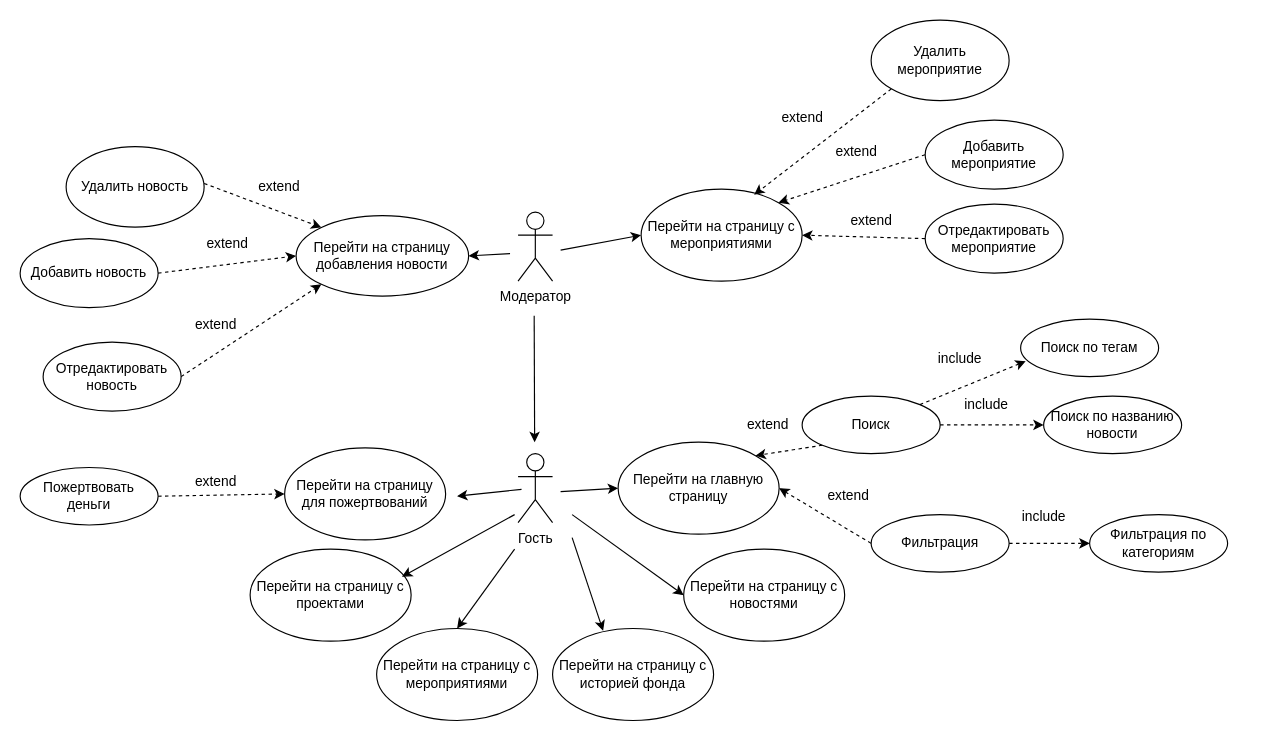
Discordiks/Pink_girls keeps this draw.io diagram as page "Use-case 3" (14 of 17) of img/Диаграмма без названия.drawio. Above is the earlier version. Source tidied: cells renumbered, new cells numbered last; positions are measured from the earlier drawing's top-left corner, leaving out a move shared by most shapes. Both pictures are drawn from the tidied source at 115%, with x=0, y=0 at pixel (20, 20).
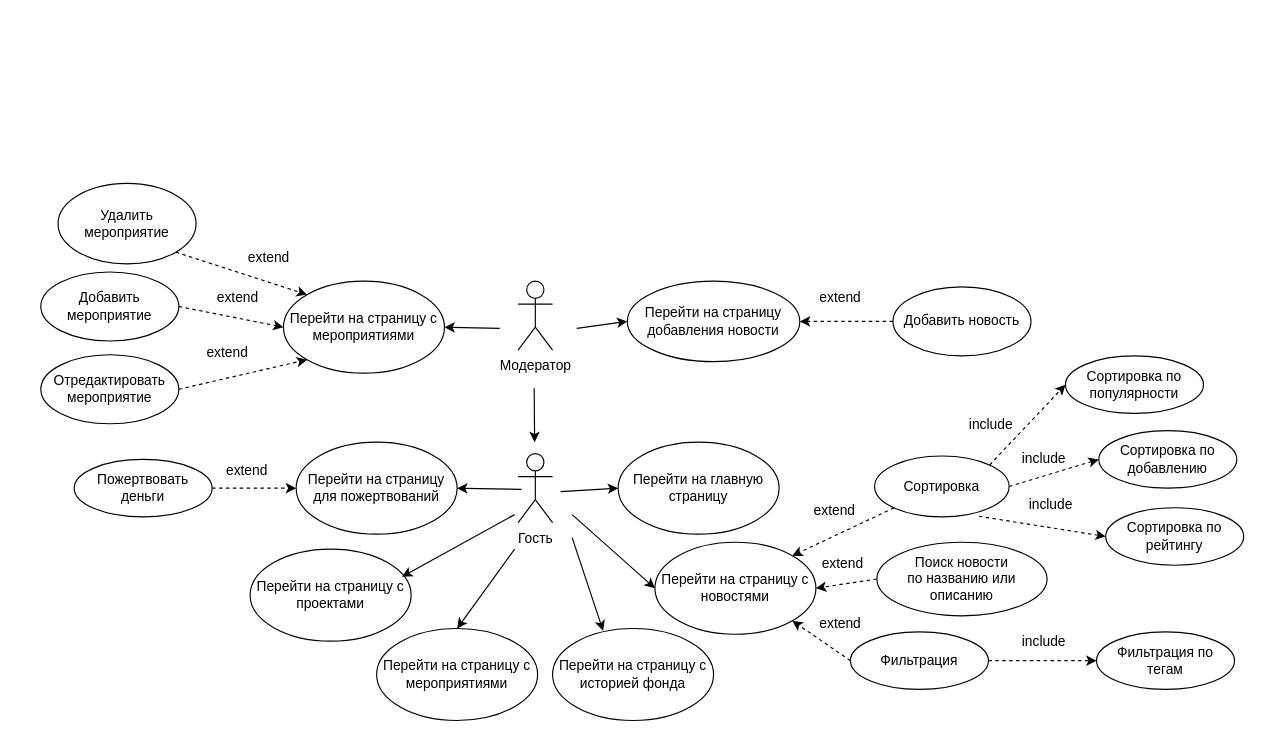
The same page after the edit.

Unchanged cells that the change refers to:
```xml
<mxCell id="3" value="Перейти на главную страницу" style="ellipse;whiteSpace=wrap;html=1;" parent="1" vertex="1">
  <mxGeometry x="520" y="367" width="140" height="80" as="geometry" />
</mxCell>
```

What changed in the source:
```diff
@@
     <mxCell id="2" value="Модератор" style="shape=umlActor;verticalLabelPosition=bottom;verticalAlign=top;html=1;" parent="1" vertex="1">
-      <mxGeometry x="433" y="167" width="30" height="60" as="geometry" />
+      <mxGeometry x="433" y="227" width="30" height="60" as="geometry" />
     </mxCell>
@@
     <mxCell id="5" value="Фильтрация" style="ellipse;whiteSpace=wrap;html=1;" parent="1" vertex="1">
-      <mxGeometry x="740" y="430" width="120" height="50" as="geometry" />
+      <mxGeometry x="722" y="532" width="120" height="50" as="geometry" />
     </mxCell>
-    <mxCell id="6" value="Фильтрация по категориям" style="ellipse;whiteSpace=wrap;html=1;" parent="1" vertex="1">
-      <mxGeometry x="930" y="430" width="120" height="50" as="geometry" />
+    <mxCell id="6" value="&lt;div&gt;Фильтрация по&lt;/div&gt;&lt;div&gt;тегам&lt;/div&gt;" style="ellipse;whiteSpace=wrap;html=1;" parent="1" vertex="1">
+      <mxGeometry x="936" y="532" width="120" height="50" as="geometry" />
     </mxCell>
-    <mxCell id="7" style="endArrow=classic;html=1;rounded=0;entryX=1;entryY=0.5;entryDx=0;entryDy=0;" parent="1" edge="1">
+    <mxCell id="7" style="endArrow=classic;html=1;rounded=0;entryX=1;entryY=0.5;entryDx=0;entryDy=0;" parent="1" edge="1" target="32">
       <mxGeometry relative="1" as="geometry">
         <mxPoint x="436" y="408" as="sourcePoint" />
-        <mxPoint x="380" y="414" as="targetPoint" />
       </mxGeometry>
     </mxCell>
     <mxCell id="8" style="endArrow=classic;html=1;rounded=0;" parent="1" edge="1">
       <mxGeometry relative="1" as="geometry">
-        <mxPoint x="447" y="257" as="sourcePoint" />
+        <mxPoint x="447" y="320" as="sourcePoint" />
         <mxPoint x="447.4" y="367" as="targetPoint" />
       </mxGeometry>
     </mxCell>
@@
-    <mxCell id="10" style="endArrow=classic;html=1;rounded=0;entryX=1;entryY=0.5;entryDx=0;entryDy=0;exitX=0;exitY=0.5;exitDx=0;exitDy=0;dashed=1;" parent="1" edge="1" source="5" target="3">
+    <mxCell id="10" style="endArrow=classic;html=1;rounded=0;entryX=1;entryY=1;entryDx=0;entryDy=0;exitX=0;exitY=0.5;exitDx=0;exitDy=0;dashed=1;" parent="1" edge="1" source="5" target="28">
       <mxGeometry relative="1" as="geometry" />
     </mxCell>
@@
     <mxCell id="12" value="Перейти на страницу добавления новости" style="ellipse;whiteSpace=wrap;html=1;" parent="1" vertex="1">
-      <mxGeometry x="240" y="170" width="150" height="70" as="geometry" />
+      <mxGeometry x="528" y="227" width="150" height="70" as="geometry" />
     </mxCell>
-    <mxCell id="13" style="endArrow=classic;html=1;rounded=0;entryX=1;entryY=0.5;entryDx=0;entryDy=0;" parent="1" edge="1" target="12">
+    <mxCell id="13" style="endArrow=classic;html=1;rounded=0;entryX=0;entryY=0.5;entryDx=0;entryDy=0;" parent="1" edge="1" target="12">
       <mxGeometry relative="1" as="geometry">
-        <mxPoint x="426" y="203" as="sourcePoint" />
+        <mxPoint x="484" y="268" as="sourcePoint" />
       </mxGeometry>
     </mxCell>
-    <mxCell id="14" value="Удалить новость" style="ellipse;whiteSpace=wrap;html=1;" parent="1" vertex="1">
-      <mxGeometry x="40" y="110" width="120" height="70" as="geometry" />
-    </mxCell>
     <mxCell id="15" value="Добавить новость" style="ellipse;whiteSpace=wrap;html=1;" parent="1" vertex="1">
-      <mxGeometry y="190" width="120" height="60" as="geometry" />
+      <mxGeometry x="759" y="232" width="120" height="60" as="geometry" />
     </mxCell>
-    <mxCell id="16" style="endArrow=classic;html=1;rounded=0;entryX=0;entryY=0;entryDx=0;entryDy=0;dashed=1;exitX=1;exitY=0;exitDx=0;exitDy=0;" parent="1" edge="1" target="12">
-      <mxGeometry relative="1" as="geometry">
-        <mxPoint x="160" y="142" as="sourcePoint" />
-      </mxGeometry>
-    </mxCell>
-    <mxCell id="17" style="endArrow=classic;html=1;rounded=0;entryX=0;entryY=0.5;entryDx=0;entryDy=0;dashed=1;exitX=1;exitY=0.5;exitDx=0;exitDy=0;" parent="1" edge="1" source="15" target="12">
+    <mxCell id="17" style="endArrow=classic;html=1;rounded=0;entryX=1;entryY=0.5;entryDx=0;entryDy=0;dashed=1;exitX=0;exitY=0.5;exitDx=0;exitDy=0;" parent="1" edge="1" source="15" target="12">
       <mxGeometry relative="1" as="geometry" />
     </mxCell>
-    <mxCell id="18" value="extend" style="text;html=1;align=center;verticalAlign=middle;strokeColor=none;fillColor=none;" parent="1" vertex="1">
-      <mxGeometry x="195" y="130" width="60" height="30" as="geometry" />
-    </mxCell>
     <mxCell id="19" value="extend" style="text;html=1;align=center;verticalAlign=middle;strokeColor=none;fillColor=none;" parent="1" vertex="1">
-      <mxGeometry x="150" y="180" width="60" height="30" as="geometry" />
+      <mxGeometry x="683" y="227" width="60" height="30" as="geometry" />
     </mxCell>
     <mxCell id="20" value="extend" style="text;html=1;align=center;verticalAlign=middle;strokeColor=none;fillColor=none;" parent="1" vertex="1">
-      <mxGeometry x="690" y="399" width="60" height="30" as="geometry" />
+      <mxGeometry x="678" y="412" width="60" height="30" as="geometry" />
     </mxCell>
     <mxCell id="21" value="include" style="text;html=1;align=center;verticalAlign=middle;strokeColor=none;fillColor=none;" parent="1" vertex="1">
-      <mxGeometry x="860" y="417" width="60" height="30" as="geometry" />
+      <mxGeometry x="860" y="526" width="60" height="30" as="geometry" />
     </mxCell>
-    <mxCell id="22" value="&lt;div&gt;Поиск&lt;br&gt;&lt;/div&gt;" style="ellipse;whiteSpace=wrap;html=1;" parent="1" vertex="1">
-      <mxGeometry x="680" y="327" width="120" height="50" as="geometry" />
+    <mxCell id="22" value="&lt;div&gt;Поиск новости&lt;/div&gt;&lt;div&gt;по названию или описанию&lt;/div&gt;" style="ellipse;whiteSpace=wrap;html=1;" parent="1" vertex="1">
+      <mxGeometry x="745" y="454" width="148" height="64" as="geometry" />
     </mxCell>
     <mxCell id="23" value="extend" style="text;html=1;align=center;verticalAlign=middle;strokeColor=none;fillColor=none;" parent="1" vertex="1">
-      <mxGeometry x="620" y="337" width="60" height="30" as="geometry" />
+      <mxGeometry x="683" y="510" width="60" height="30" as="geometry" />
     </mxCell>
-    <mxCell id="24" style="endArrow=classic;html=1;rounded=0;entryX=1;entryY=0;entryDx=0;entryDy=0;exitX=0;exitY=1;exitDx=0;exitDy=0;dashed=1;" parent="1" edge="1" source="22" target="3">
+    <mxCell id="24" style="endArrow=classic;html=1;rounded=0;entryX=1;entryY=0.5;entryDx=0;entryDy=0;exitX=0;exitY=0.5;exitDx=0;exitDy=0;dashed=1;" parent="1" edge="1" source="22" target="28">
       <mxGeometry relative="1" as="geometry" />
     </mxCell>
-    <mxCell id="25" value="Отредактировать новость" style="ellipse;whiteSpace=wrap;html=1;" parent="1" vertex="1">
-      <mxGeometry x="20" y="280" width="120" height="60" as="geometry" />
-    </mxCell>
-    <mxCell id="26" value="extend" style="text;html=1;align=center;verticalAlign=middle;strokeColor=none;fillColor=none;" parent="1" vertex="1">
-      <mxGeometry x="140" y="250" width="60" height="30" as="geometry" />
-    </mxCell>
-    <mxCell id="27" style="endArrow=classic;html=1;rounded=0;entryX=0;entryY=1;entryDx=0;entryDy=0;dashed=1;exitX=1;exitY=0.5;exitDx=0;exitDy=0;" parent="1" edge="1" source="25" target="12">
-      <mxGeometry relative="1" as="geometry" />
-    </mxCell>
     <mxCell id="28" value="Перейти на страницу с новостями" style="ellipse;whiteSpace=wrap;html=1;" parent="1" vertex="1">
-      <mxGeometry x="577" y="460" width="140" height="80" as="geometry" />
+      <mxGeometry x="552" y="454" width="140" height="80" as="geometry" />
     </mxCell>
@@
     <mxCell id="32" value="Перейти на страницу для пожертвований" style="ellipse;whiteSpace=wrap;html=1;" parent="1" vertex="1">
-      <mxGeometry x="230" y="372" width="140" height="80" as="geometry" />
+      <mxGeometry x="240" y="367" width="140" height="80" as="geometry" />
     </mxCell>
@@
     <mxCell id="37" value="Перейти на страницу с мероприятиями" style="ellipse;whiteSpace=wrap;html=1;" parent="1" vertex="1">
-      <mxGeometry x="540" y="147" width="140" height="80" as="geometry" />
+      <mxGeometry x="229" y="227" width="140" height="80" as="geometry" />
     </mxCell>
-    <mxCell id="38" style="endArrow=classic;html=1;rounded=0;entryX=0;entryY=0.5;entryDx=0;entryDy=0;" parent="1" edge="1" target="37">
+    <mxCell id="38" style="endArrow=classic;html=1;rounded=0;entryX=1;entryY=0.5;entryDx=0;entryDy=0;" parent="1" edge="1" target="37">
       <mxGeometry relative="1" as="geometry">
-        <mxPoint x="470" y="200" as="sourcePoint" />
+        <mxPoint x="417" y="268" as="sourcePoint" />
       </mxGeometry>
     </mxCell>
-    <mxCell id="39" value="&lt;div&gt;Поиск по тегам&lt;br&gt;&lt;/div&gt;" style="ellipse;whiteSpace=wrap;html=1;" parent="1" vertex="1">
-      <mxGeometry x="870" y="260" width="120" height="50" as="geometry" />
-    </mxCell>
-    <mxCell id="40" value="&lt;div&gt;Поиск по названию новости&lt;br&gt;&lt;/div&gt;" style="ellipse;whiteSpace=wrap;html=1;" parent="1" vertex="1">
-      <mxGeometry x="890" y="327" width="120" height="50" as="geometry" />
-    </mxCell>
-    <mxCell id="41" value="include" style="text;html=1;align=center;verticalAlign=middle;strokeColor=none;fillColor=none;" parent="1" vertex="1">
-      <mxGeometry x="810" y="320" width="60" height="30" as="geometry" />
-    </mxCell>
-    <mxCell id="42" value="include" style="text;html=1;align=center;verticalAlign=middle;strokeColor=none;fillColor=none;" parent="1" vertex="1">
-      <mxGeometry x="787" y="280" width="60" height="30" as="geometry" />
-    </mxCell>
-    <mxCell id="43" style="endArrow=classic;html=1;rounded=0;exitX=1;exitY=0;exitDx=0;exitDy=0;dashed=1;entryX=0.037;entryY=0.732;entryDx=0;entryDy=0;entryPerimeter=0;" parent="1" edge="1" source="22" target="39">
-      <mxGeometry relative="1" as="geometry" />
-    </mxCell>
-    <mxCell id="44" style="endArrow=classic;html=1;rounded=0;entryX=0;entryY=0.5;entryDx=0;entryDy=0;exitX=1;exitY=0.5;exitDx=0;exitDy=0;dashed=1;" parent="1" edge="1" source="22" target="40">
-      <mxGeometry relative="1" as="geometry" />
-    </mxCell>
     <mxCell id="45" value="Удалить мероприятие" style="ellipse;whiteSpace=wrap;html=1;" parent="1" vertex="1">
-      <mxGeometry x="740" width="120" height="70" as="geometry" />
+      <mxGeometry x="33" y="142" width="120" height="70" as="geometry" />
     </mxCell>
     <mxCell id="46" value="Добавить мероприятие" style="ellipse;whiteSpace=wrap;html=1;" parent="1" vertex="1">
-      <mxGeometry x="787" y="87" width="120" height="60" as="geometry" />
+      <mxGeometry x="18" y="219" width="120" height="60" as="geometry" />
     </mxCell>
     <mxCell id="47" value="Отредактировать мероприятие" style="ellipse;whiteSpace=wrap;html=1;" parent="1" vertex="1">
-      <mxGeometry x="787" y="160" width="120" height="60" as="geometry" />
+      <mxGeometry x="18" y="291" width="120" height="60" as="geometry" />
     </mxCell>
-    <mxCell id="48" style="endArrow=classic;html=1;rounded=0;entryX=0.702;entryY=0.061;entryDx=0;entryDy=0;dashed=1;exitX=0;exitY=1;exitDx=0;exitDy=0;entryPerimeter=0;" parent="1" edge="1" source="45" target="37">
+    <mxCell id="48" style="endArrow=classic;html=1;rounded=0;entryX=0;entryY=0;entryDx=0;entryDy=0;dashed=1;exitX=1;exitY=1;exitDx=0;exitDy=0;" parent="1" edge="1" source="45" target="37">
       <mxGeometry relative="1" as="geometry" />
     </mxCell>
-    <mxCell id="49" style="endArrow=classic;html=1;rounded=0;entryX=1;entryY=0;entryDx=0;entryDy=0;dashed=1;exitX=0;exitY=0.5;exitDx=0;exitDy=0;" parent="1" edge="1" source="46" target="37">
+    <mxCell id="49" style="endArrow=classic;html=1;rounded=0;entryX=0;entryY=0.5;entryDx=0;entryDy=0;dashed=1;exitX=1;exitY=0.5;exitDx=0;exitDy=0;" parent="1" edge="1" source="46" target="37">
       <mxGeometry relative="1" as="geometry" />
     </mxCell>
-    <mxCell id="50" style="endArrow=classic;html=1;rounded=0;entryX=1;entryY=0.5;entryDx=0;entryDy=0;dashed=1;exitX=0;exitY=0.5;exitDx=0;exitDy=0;" parent="1" edge="1" source="47" target="37">
+    <mxCell id="50" style="endArrow=classic;html=1;rounded=0;entryX=0;entryY=1;entryDx=0;entryDy=0;dashed=1;exitX=1;exitY=0.5;exitDx=0;exitDy=0;" parent="1" edge="1" source="47" target="37">
       <mxGeometry relative="1" as="geometry" />
     </mxCell>
     <mxCell id="51" value="extend" style="text;html=1;align=center;verticalAlign=middle;strokeColor=none;fillColor=none;" parent="1" vertex="1">
-      <mxGeometry x="650" y="70" width="60" height="30" as="geometry" />
+      <mxGeometry x="186" y="192" width="60" height="30" as="geometry" />
     </mxCell>
     <mxCell id="52" value="extend" style="text;html=1;align=center;verticalAlign=middle;strokeColor=none;fillColor=none;" parent="1" vertex="1">
-      <mxGeometry x="697" y="100" width="60" height="30" as="geometry" />
+      <mxGeometry x="159" y="227" width="60" height="30" as="geometry" />
     </mxCell>
     <mxCell id="53" value="extend" style="text;html=1;align=center;verticalAlign=middle;strokeColor=none;fillColor=none;" parent="1" vertex="1">
-      <mxGeometry x="710" y="160" width="60" height="30" as="geometry" />
+      <mxGeometry x="150" y="274" width="60" height="30" as="geometry" />
     </mxCell>
     <mxCell id="54" value="&lt;div&gt;Пожертвовать&lt;/div&gt;&lt;div&gt;деньги&lt;/div&gt;" style="ellipse;whiteSpace=wrap;html=1;" parent="1" vertex="1">
-      <mxGeometry y="389" width="120" height="50" as="geometry" />
+      <mxGeometry x="47" y="382" width="120" height="50" as="geometry" />
     </mxCell>
@@
     <mxCell id="56" value="extend" style="text;html=1;align=center;verticalAlign=middle;strokeColor=none;fillColor=none;" parent="1" vertex="1">
-      <mxGeometry x="140" y="387" width="60" height="30" as="geometry" />
+      <mxGeometry x="167" y="377" width="60" height="30" as="geometry" />
     </mxCell>
+    <mxCell id="57" value="Сортировка" style="ellipse;whiteSpace=wrap;html=1;" parent="1" vertex="1">
+      <mxGeometry x="743" y="379" width="117" height="53" as="geometry" />
+    </mxCell>
+    <mxCell id="58" value="Сортировка по популярности" style="ellipse;whiteSpace=wrap;html=1;" parent="1" vertex="1">
+      <mxGeometry x="909" y="292" width="120" height="50" as="geometry" />
+    </mxCell>
+    <mxCell id="59" value="Сортировка по добавлению" style="ellipse;whiteSpace=wrap;html=1;" parent="1" vertex="1">
+      <mxGeometry x="938" y="357" width="120" height="50" as="geometry" />
+    </mxCell>
+    <mxCell id="60" value="&lt;div&gt;Сортировка по рейтингу&lt;/div&gt;" style="ellipse;whiteSpace=wrap;html=1;" parent="1" vertex="1">
+      <mxGeometry x="944" y="424" width="120" height="50" as="geometry" />
+    </mxCell>
+    <mxCell id="61" style="endArrow=classic;html=1;rounded=0;exitX=0;exitY=1;exitDx=0;exitDy=0;dashed=1;entryX=1;entryY=0;entryDx=0;entryDy=0;" parent="1" edge="1" source="57" target="28">
+      <mxGeometry relative="1" as="geometry" />
+    </mxCell>
+    <mxCell id="62" style="endArrow=classic;html=1;rounded=0;entryX=0;entryY=0.5;entryDx=0;entryDy=0;exitX=1;exitY=0;exitDx=0;exitDy=0;dashed=1;" parent="1" edge="1" source="57" target="58">
+      <mxGeometry relative="1" as="geometry" />
+    </mxCell>
+    <mxCell id="63" style="endArrow=classic;html=1;rounded=0;entryX=0;entryY=0.5;entryDx=0;entryDy=0;exitX=1;exitY=0.5;exitDx=0;exitDy=0;dashed=1;" parent="1" edge="1" source="57" target="59">
+      <mxGeometry relative="1" as="geometry" />
+    </mxCell>
+    <mxCell id="64" style="endArrow=classic;html=1;rounded=0;entryX=0;entryY=0.5;entryDx=0;entryDy=0;exitX=0.776;exitY=0.989;exitDx=0;exitDy=0;dashed=1;exitPerimeter=0;" parent="1" edge="1" source="57" target="60">
+      <mxGeometry relative="1" as="geometry" />
+    </mxCell>
+    <mxCell id="65" value="extend" style="text;html=1;align=center;verticalAlign=middle;strokeColor=none;fillColor=none;" parent="1" vertex="1">
+      <mxGeometry x="685" y="458" width="60" height="30" as="geometry" />
+    </mxCell>
+    <mxCell id="66" value="include" style="text;html=1;align=center;verticalAlign=middle;strokeColor=none;fillColor=none;" parent="1" vertex="1">
+      <mxGeometry x="814" y="337" width="60" height="30" as="geometry" />
+    </mxCell>
+    <mxCell id="67" value="include" style="text;html=1;align=center;verticalAlign=middle;strokeColor=none;fillColor=none;" parent="1" vertex="1">
+      <mxGeometry x="860" y="367" width="60" height="30" as="geometry" />
+    </mxCell>
+    <mxCell id="68" value="include" style="text;html=1;align=center;verticalAlign=middle;strokeColor=none;fillColor=none;" parent="1" vertex="1">
+      <mxGeometry x="866" y="407" width="60" height="30" as="geometry" />
+    </mxCell>
```
